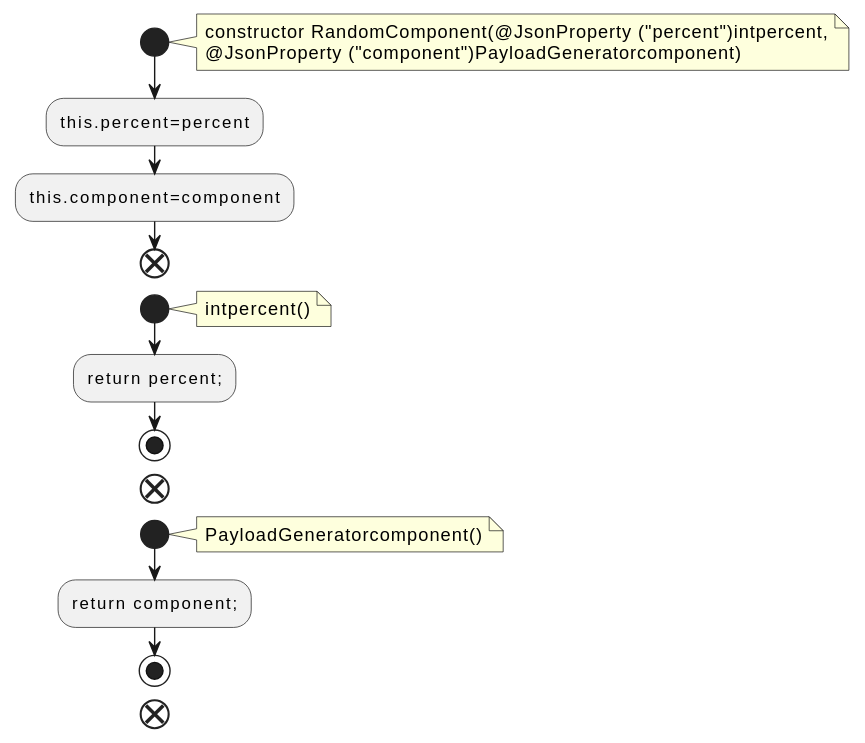
Before: docs/qc/trogdor/src/main/java/org/apache/kafka/trogdor/workload/RandomComponent.java.fct.svg, a diagram exported from PlantUML (qualitesys/kafka).
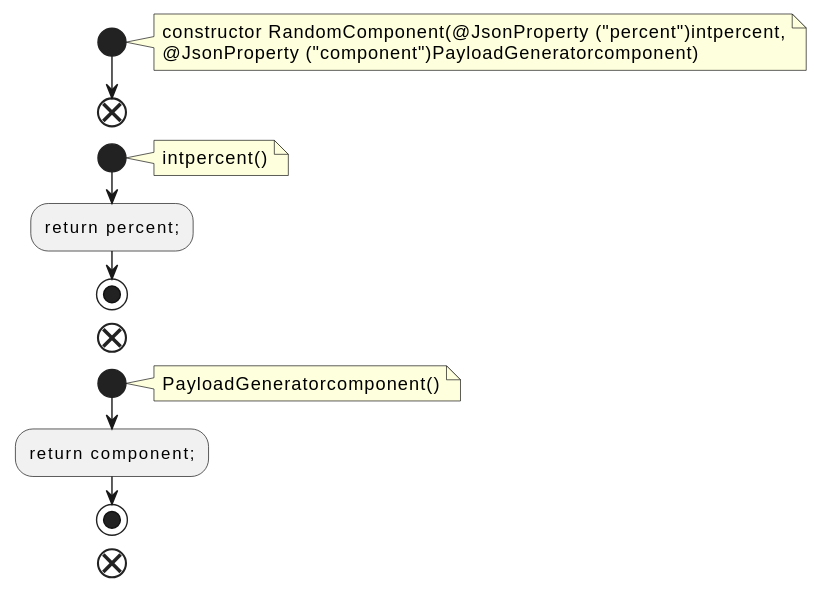
The same file after the commit.

The edit, as a diff of the source:
```diff
@@ -5,8 +5,6 @@
 constructor RandomComponent(@JsonProperty ("percent")intpercent,
 @JsonProperty ("component")PayloadGeneratorcomponent)
 end note
-:this.percent=percent;
-:this.component=component;
 end
 start
 note right
```
